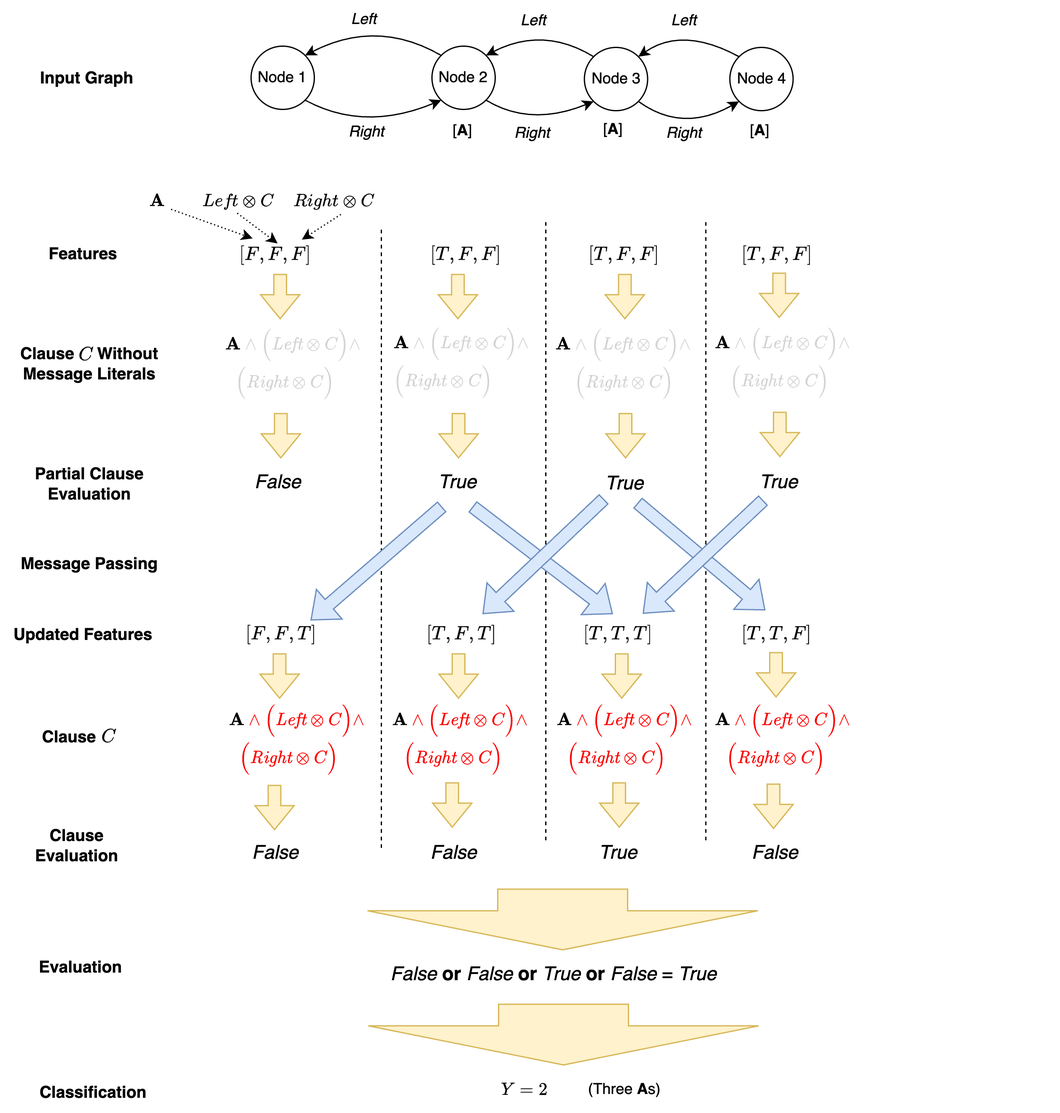
This is figures/SequenceClassificationInference.png from cair/GraphTsetlinMachine, a draw.io export, as it was before one commit. Source tidied: cells renumbered, new cells last; positions are measured from the earlier drawing's top-left corner, leaving out a move shared by most shapes.
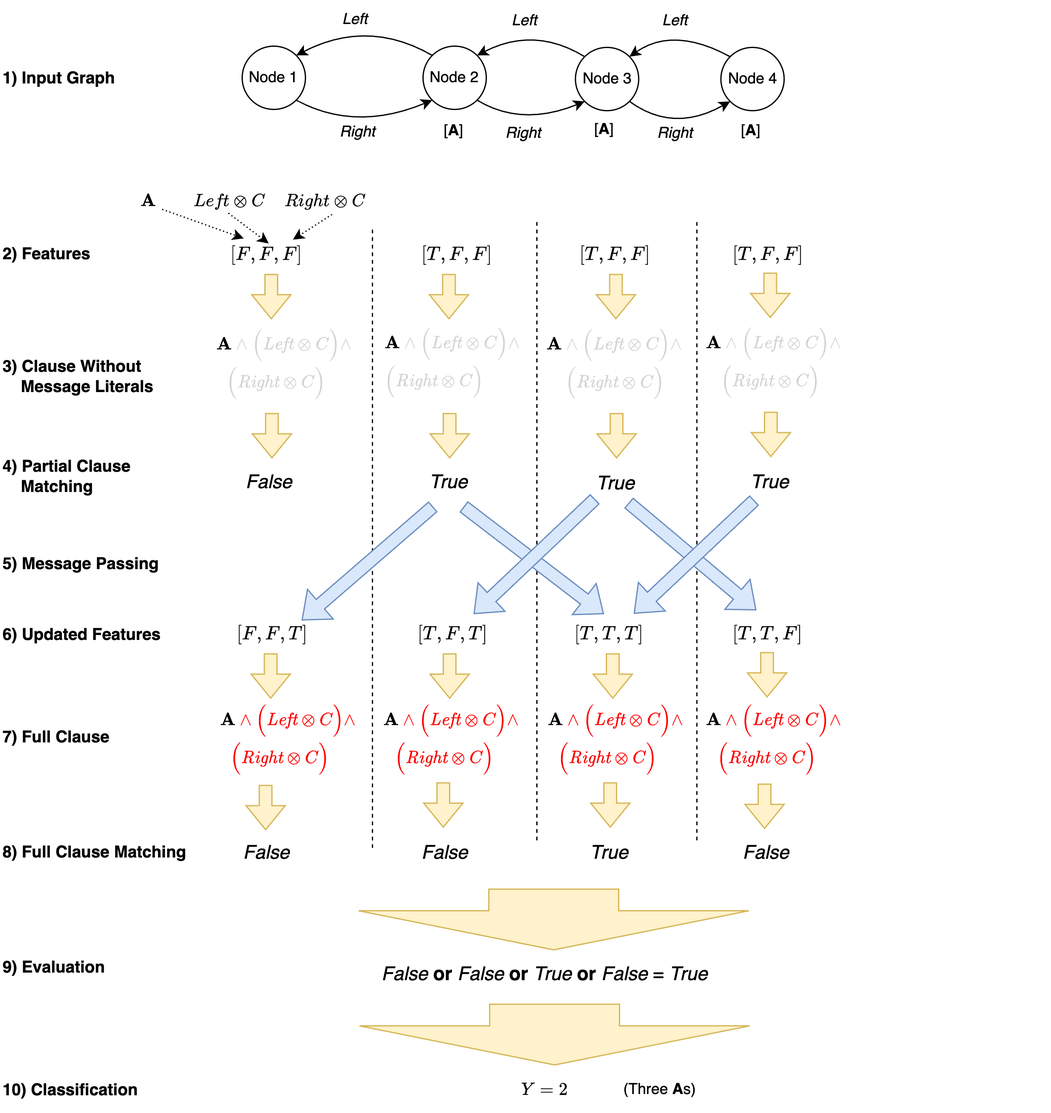
The same diagram one commit later.

The edit, as a diff of the source:
```diff
@@ -104,8 +104,8 @@
     <mxCell id="27" value="&lt;font style=&quot;font-size: 13px;&quot;&gt;$$[T, T, F]$$&lt;/font&gt;" style="text;html=1;align=center;verticalAlign=middle;strokeColor=none;fillColor=none;" parent="1" vertex="1">
       <mxGeometry x="568.2" y="486" width="90" height="30" as="geometry" />
     </mxCell>
-    <mxCell id="28" value="&lt;b&gt;&lt;font style=&quot;font-size: 13px;&quot;&gt;Features&lt;/font&gt;&lt;/b&gt;" style="text;html=1;align=center;verticalAlign=middle;strokeColor=none;fillColor=none;" parent="1" vertex="1">
-      <mxGeometry x="25" y="185" width="80" height="30" as="geometry" />
+    <mxCell id="28" value="&lt;b&gt;&lt;font style=&quot;font-size: 13px;&quot;&gt;2) Features&lt;/font&gt;&lt;/b&gt;" style="text;html=1;align=left;verticalAlign=middle;strokeColor=none;fillColor=none;" parent="1" vertex="1">
+      <mxGeometry x="7" y="185" width="90" height="30" as="geometry" />
     </mxCell>
     <mxCell id="29" value="$$\textbf{A} \textcolor{lightgrey}{\land \Big(\mathit{Left} \otimes C\Big) \land}$$" style="text;html=1;align=center;verticalAlign=middle;strokeColor=none;fillColor=none;" parent="1" vertex="1">
       <mxGeometry x="10.5" y="257" width="440" height="30" as="geometry" />
@@ -113,30 +113,18 @@
     <mxCell id="30" value="$$\textcolor{lightgrey}{\Big(\mathit{Right} \otimes C \Big)}$$" style="text;html=1;align=center;verticalAlign=middle;strokeColor=none;fillColor=none;" parent="1" vertex="1">
       <mxGeometry x="55" y="287" width="340" height="30" as="geometry" />
     </mxCell>
-    <mxCell id="31" style="group;" parent="1" vertex="1">
-      <mxGeometry x="9.5" y="265" width="125" height="42" as="geometry" />
-    </mxCell>
-    <mxCell id="32" value="&lt;b style=&quot;font-size: 13px;&quot;&gt;&lt;font style=&quot;font-size: 13px;&quot;&gt;Clause&amp;nbsp; &amp;nbsp; &amp;nbsp;Without&lt;/font&gt;&lt;/b&gt;&lt;div style=&quot;font-size: 13px;&quot;&gt;&lt;b&gt;&lt;font style=&quot;font-size: 13px;&quot;&gt;Message Literals&lt;/font&gt;&lt;/b&gt;&lt;/div&gt;" style="text;html=1;align=center;verticalAlign=middle;strokeColor=none;fillColor=none;" parent="31" vertex="1">
-      <mxGeometry x="-5" y="2" width="130" height="40" as="geometry" />
-    </mxCell>
-    <mxCell id="33" value="&lt;font style=&quot;font-size: 13px;&quot;&gt;$$C$$&lt;/font&gt;" style="text;html=1;align=center;verticalAlign=middle;strokeColor=none;fillColor=none;" parent="31" vertex="1">
-      <mxGeometry x="27.5" width="60" height="30" as="geometry" />
-    </mxCell>
     <mxCell id="34" value="$$\textbf{A} \textcolor{red}{\land \Big(\mathit{Left} \otimes C\Big) \land}$$" style="text;html=1;align=center;verticalAlign=middle;strokeColor=none;fillColor=none;" parent="1" vertex="1">
       <mxGeometry x="28.5" y="554" width="410" height="30" as="geometry" />
     </mxCell>
     <mxCell id="35" value="$$\textcolor{red}{\Big(\mathit{Right} \otimes C \Big)}$$" style="text;html=1;align=center;verticalAlign=middle;strokeColor=none;fillColor=none;" parent="1" vertex="1">
       <mxGeometry x="73" y="584" width="310" height="30" as="geometry" />
     </mxCell>
-    <mxCell id="36" value="&lt;b&gt;&lt;font style=&quot;font-size: 13px;&quot;&gt;Message Passing&lt;/font&gt;&lt;/b&gt;" style="text;html=1;align=center;verticalAlign=middle;strokeColor=none;fillColor=none;" parent="1" vertex="1">
-      <mxGeometry x="4.5" y="430" width="130" height="30" as="geometry" />
+    <mxCell id="36" value="&lt;b&gt;&lt;font style=&quot;font-size: 13px;&quot;&gt;5) Message Passing&lt;/font&gt;&lt;/b&gt;" style="text;html=1;align=left;verticalAlign=middle;strokeColor=none;fillColor=none;" parent="1" vertex="1">
+      <mxGeometry x="7" y="430" width="150" height="30" as="geometry" />
     </mxCell>
-    <mxCell id="37" value="&lt;b&gt;&lt;font style=&quot;font-size: 13px;&quot;&gt;Clause&lt;/font&gt;&lt;/b&gt;" style="text;html=1;align=center;verticalAlign=middle;strokeColor=none;fillColor=none;" parent="1" vertex="1">
-      <mxGeometry x="18.5" y="567" width="70" height="30" as="geometry" />
+    <mxCell id="37" value="&lt;b&gt;&lt;font style=&quot;font-size: 13px;&quot;&gt;7) Full Clause&lt;/font&gt;&lt;/b&gt;" style="text;html=1;align=left;verticalAlign=middle;strokeColor=none;fillColor=none;" parent="1" vertex="1">
+      <mxGeometry x="7" y="567" width="110" height="30" as="geometry" />
     </mxCell>
-    <mxCell id="38" value="&lt;font style=&quot;font-size: 13px;&quot;&gt;$$C$$&lt;/font&gt;" style="text;html=1;align=center;verticalAlign=middle;strokeColor=none;fillColor=none;" parent="1" vertex="1">
-      <mxGeometry x="54.5" y="567" width="60" height="30" as="geometry" />
-    </mxCell>
     <mxCell id="39" value="$$\textbf{A}$$" style="text;html=1;align=center;verticalAlign=middle;strokeColor=none;fillColor=none;" parent="1" vertex="1">
       <mxGeometry x="74" y="144" width="100" height="30" as="geometry" />
     </mxCell>
@@ -162,11 +150,11 @@
         <mxPoint x="219" y="192" as="targetPoint" />
       </mxGeometry>
     </mxCell>
-    <mxCell id="45" value="&lt;b&gt;&lt;font style=&quot;font-size: 13px;&quot;&gt;Updated Features&lt;/font&gt;&lt;/b&gt;" style="text;html=1;align=center;verticalAlign=middle;strokeColor=none;fillColor=none;" parent="1" vertex="1">
-      <mxGeometry y="486" width="130" height="30" as="geometry" />
+    <mxCell id="45" value="&lt;b&gt;&lt;font style=&quot;font-size: 13px;&quot;&gt;6) Updated Features&lt;/font&gt;&lt;/b&gt;" style="text;html=1;align=left;verticalAlign=middle;strokeColor=none;fillColor=none;" parent="1" vertex="1">
+      <mxGeometry x="7" y="486" width="150" height="30" as="geometry" />
     </mxCell>
-    <mxCell id="46" value="&lt;b style=&quot;font-size: 13px;&quot;&gt;Partial Clause&lt;br&gt;Evaluation&lt;/b&gt;" style="text;html=1;align=center;verticalAlign=middle;strokeColor=none;fillColor=none;" parent="1" vertex="1">
-      <mxGeometry x="14.5" y="362" width="110" height="40" as="geometry" />
+    <mxCell id="46" value="&lt;b style=&quot;font-size: 13px;&quot;&gt;4) Partial Clause&lt;br&gt;&amp;nbsp; &amp;nbsp; Matching&lt;/b&gt;" style="text;html=1;align=left;verticalAlign=middle;strokeColor=none;fillColor=none;" parent="1" vertex="1">
+      <mxGeometry x="7" y="356" width="120" height="40" as="geometry" />
     </mxCell>
     <mxCell id="47" value="&lt;i&gt;&lt;font style=&quot;font-size: 15px;&quot;&gt;False&lt;/font&gt;&lt;/i&gt;" style="text;html=1;align=center;verticalAlign=middle;strokeColor=none;fillColor=none;" parent="1" vertex="1">
       <mxGeometry x="189" y="365" width="60" height="30" as="geometry" />
@@ -263,8 +251,8 @@
     <mxCell id="71" value="$$\textcolor{red}{\Big(\mathit{Right} \otimes C \Big)}$$" style="text;html=1;align=center;verticalAlign=middle;strokeColor=none;fillColor=none;" parent="1" vertex="1">
       <mxGeometry x="457.5" y="584" width="310" height="30" as="geometry" />
     </mxCell>
-    <mxCell id="72" value="&lt;b style=&quot;font-size: 13px;&quot;&gt;Clause&lt;br&gt;Evaluation&lt;/b&gt;" style="text;html=1;align=center;verticalAlign=middle;strokeColor=none;fillColor=none;" parent="1" vertex="1">
-      <mxGeometry x="15" y="648" width="90" height="40" as="geometry" />
+    <mxCell id="72" value="&lt;b style=&quot;font-size: 13px;&quot;&gt;8) Full Clause Matching&lt;/b&gt;" style="text;html=1;align=left;verticalAlign=middle;strokeColor=none;fillColor=none;" parent="1" vertex="1">
+      <mxGeometry x="7" y="658" width="170" height="30" as="geometry" />
     </mxCell>
     <mxCell id="73" value="&lt;i&gt;&lt;font style=&quot;font-size: 15px;&quot;&gt;False&lt;/font&gt;&lt;/i&gt;" style="text;html=1;align=center;verticalAlign=middle;strokeColor=none;fillColor=none;" parent="1" vertex="1">
       <mxGeometry x="187" y="658" width="60" height="30" as="geometry" />
@@ -374,8 +362,8 @@
         <mxPoint x="611" y="655" as="targetPoint" />
       </mxGeometry>
     </mxCell>
-    <mxCell id="93" value="&lt;span style=&quot;font-size: 13px;&quot;&gt;Evaluation&lt;/span&gt;" style="text;html=1;align=center;verticalAlign=middle;strokeColor=none;fillColor=none;fontSize=13;fontStyle=1;" parent="1" vertex="1">
-      <mxGeometry x="18" y="749" width="90" height="30" as="geometry" />
+    <mxCell id="93" value="&lt;span style=&quot;font-size: 13px;&quot;&gt;9) Evaluation&lt;/span&gt;" style="text;html=1;align=left;verticalAlign=middle;strokeColor=none;fillColor=none;fontSize=13;fontStyle=1;" parent="1" vertex="1">
+      <mxGeometry x="7" y="749" width="100" height="30" as="geometry" />
     </mxCell>
     <mxCell id="94" value="&lt;font style=&quot;font-size: 15px;&quot;&gt;&lt;i&gt;False &lt;/i&gt;&lt;b&gt;or&lt;/b&gt; &lt;i&gt;False&lt;/i&gt; &lt;b&gt;or&lt;/b&gt; &lt;i&gt;True&lt;/i&gt; &lt;b&gt;or&lt;/b&gt; &lt;i&gt;False&lt;/i&gt; = &lt;i&gt;True&lt;/i&gt;&lt;/font&gt;" style="text;html=1;align=center;verticalAlign=middle;strokeColor=none;fillColor=none;" parent="1" vertex="1">
       <mxGeometry x="296.5" y="754" width="280" height="30" as="geometry" />
@@ -386,14 +374,14 @@
         <mxPoint x="444.3" y="751" as="targetPoint" />
       </mxGeometry>
     </mxCell>
-    <mxCell id="96" value="&lt;b&gt;&lt;font style=&quot;font-size: 13px;&quot;&gt;Classification&lt;/font&gt;&lt;/b&gt;" style="text;html=1;align=center;verticalAlign=middle;strokeColor=none;fillColor=none;" parent="1" vertex="1">
-      <mxGeometry x="17.5" y="848" width="110" height="30" as="geometry" />
+    <mxCell id="96" value="&lt;b&gt;&lt;font style=&quot;font-size: 13px;&quot;&gt;10) Classification&lt;/font&gt;&lt;/b&gt;" style="text;html=1;align=left;verticalAlign=middle;strokeColor=none;fillColor=none;" parent="1" vertex="1">
+      <mxGeometry x="7" y="846" width="130" height="30" as="geometry" />
     </mxCell>
     <mxCell id="97" value="$$Y=2$$" style="text;html=1;align=center;verticalAlign=middle;strokeColor=none;fillColor=none;" parent="1" vertex="1">
-      <mxGeometry x="379" y="846" width="70" height="30" as="geometry" />
+      <mxGeometry x="401.5" y="846" width="70" height="30" as="geometry" />
     </mxCell>
     <mxCell id="98" value="(Three &lt;b&gt;A&lt;/b&gt;s)" style="text;html=1;align=center;verticalAlign=middle;strokeColor=none;fillColor=none;" parent="1" vertex="1">
-      <mxGeometry x="452.5" y="846" width="80" height="30" as="geometry" />
+      <mxGeometry x="488.2" y="846" width="80" height="30" as="geometry" />
     </mxCell>
     <mxCell id="99" style="shape=flexArrow;endArrow=classic;html=1;rounded=0;endWidth=204.87603305785123;endSize=9.972727272727273;width=102.72727272727272;fillColor=#fff2cc;strokeColor=#d6b656;" parent="1" edge="1">
       <mxGeometry relative="1" as="geometry">
@@ -401,8 +389,11 @@
         <mxPoint x="445" y="842" as="targetPoint" />
       </mxGeometry>
     </mxCell>
-    <mxCell id="100" value="&lt;b&gt;&lt;font style=&quot;font-size: 13px;&quot;&gt;Input Graph&lt;/font&gt;&lt;/b&gt;" style="text;html=1;align=center;verticalAlign=middle;strokeColor=none;fillColor=none;" parent="1" vertex="1">
-      <mxGeometry x="17.5" y="46" width="100" height="30" as="geometry" />
+    <mxCell id="100" value="&lt;b&gt;&lt;font style=&quot;font-size: 13px;&quot;&gt;1) Input Graph&lt;/font&gt;&lt;/b&gt;" style="text;html=1;align=left;verticalAlign=middle;strokeColor=none;fillColor=none;" parent="1" vertex="1">
+      <mxGeometry x="7" y="46" width="110" height="30" as="geometry" />
     </mxCell>
+    <mxCell id="32" value="&lt;b style=&quot;font-size: 13px;&quot;&gt;&lt;font style=&quot;font-size: 13px;&quot;&gt;3) Clause Without&lt;/font&gt;&lt;/b&gt;&lt;div style=&quot;font-size: 13px;&quot;&gt;&lt;b&gt;&lt;font style=&quot;font-size: 13px;&quot;&gt;&amp;nbsp; &amp;nbsp; Message Literals&lt;/font&gt;&lt;/b&gt;&lt;/div&gt;" style="text;html=1;align=left;verticalAlign=middle;strokeColor=none;fillColor=none;" parent="1" vertex="1">
+      <mxGeometry x="7" y="277" width="140" height="40" as="geometry" />
+    </mxCell>
   </root>
 </mxGraphModel>
```
